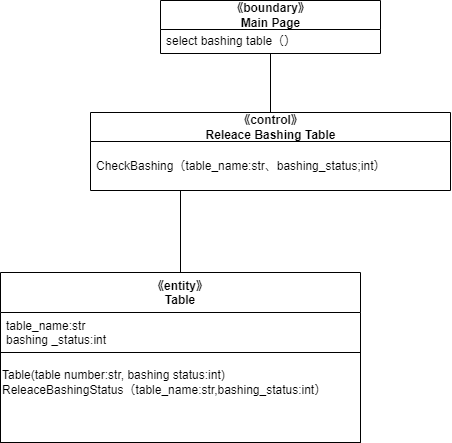
Before: psp4/設計モデルのクラス/設計モデルクラス図_バッシング.drawio.png, a diagram exported from draw.io (MasakiHiguchi/---). Source tidied: cells renumbered, new cells last; positions are measured from the earlier drawing's top-left corner, leaving out a move shared by most shapes.
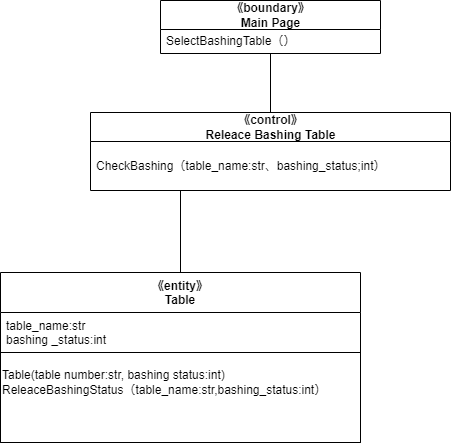
The same file after the commit.

Diff of the diagram source:
```diff
@@ -5,7 +5,7 @@
     <mxCell id="2" value="《boundary》&lt;br&gt;Main Page" style="swimlane;fontStyle=1;align=center;verticalAlign=middle;horizontal=1;startSize=29;html=1;" parent="1" vertex="1">
       <mxGeometry x="160" width="220" height="53" as="geometry" />
     </mxCell>
-    <mxCell id="3" value="select bashing table（）" style="text;html=1;strokeColor=none;fillColor=none;align=left;verticalAlign=middle;spacingLeft=4;spacingRight=4;overflow=hidden;" parent="2" vertex="1">
+    <mxCell id="3" value="SelectBashingTable（）" style="text;html=1;strokeColor=none;fillColor=none;align=left;verticalAlign=middle;spacingLeft=4;spacingRight=4;overflow=hidden;" parent="2" vertex="1">
       <mxGeometry y="29" width="220" height="24" as="geometry" />
     </mxCell>
     <mxCell id="4" style="edgeStyle=none;html=1;exitX=0.5;exitY=0;exitDx=0;exitDy=0;entryX=0.5;entryY=1;entryDx=0;entryDy=0;endArrow=none;endFill=0;" parent="1" edge="1" source="5" target="2">
```
